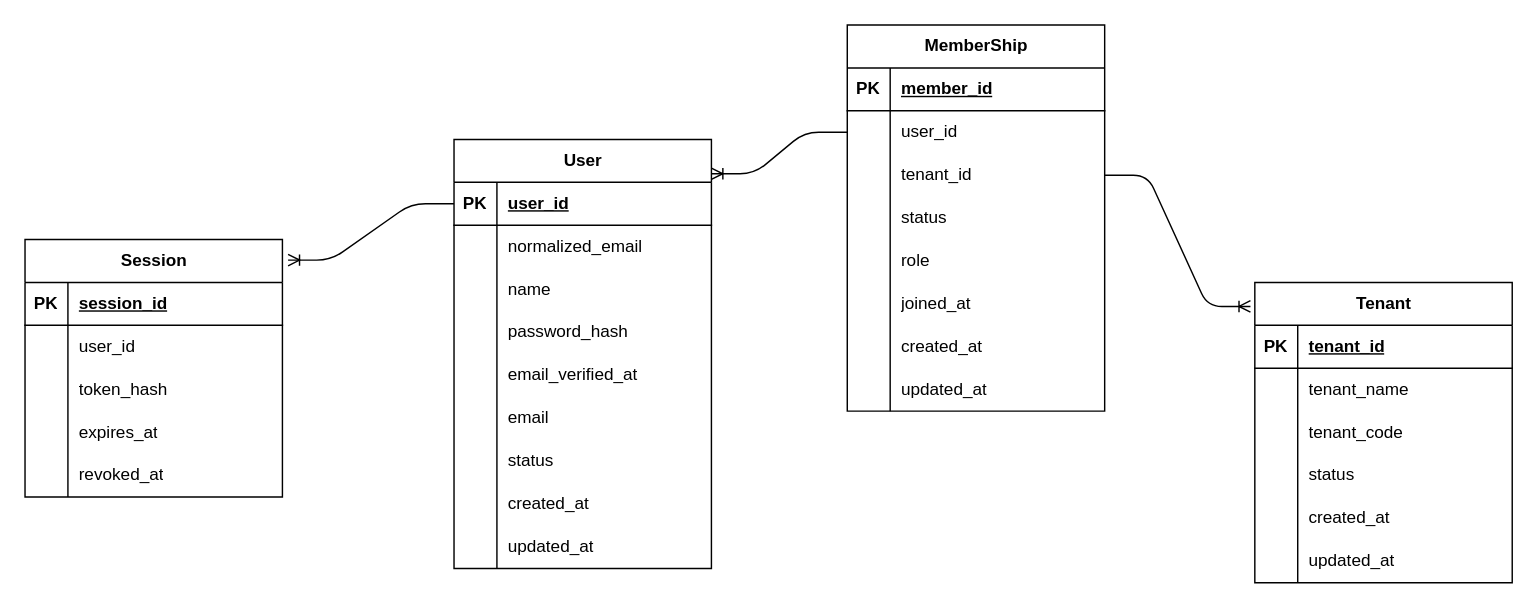
This is docs/Db_Diagram.drawio from longdnh/hunger, a draw.io file, before an edit. Source tidied: cells renumbered, new cells numbered last; positions are measured from the earlier drawing's top-left corner, leaving out a move shared by most shapes. Both pictures are drawn from the tidied source at 143%, with x=0, y=0 at pixel (24, 24).
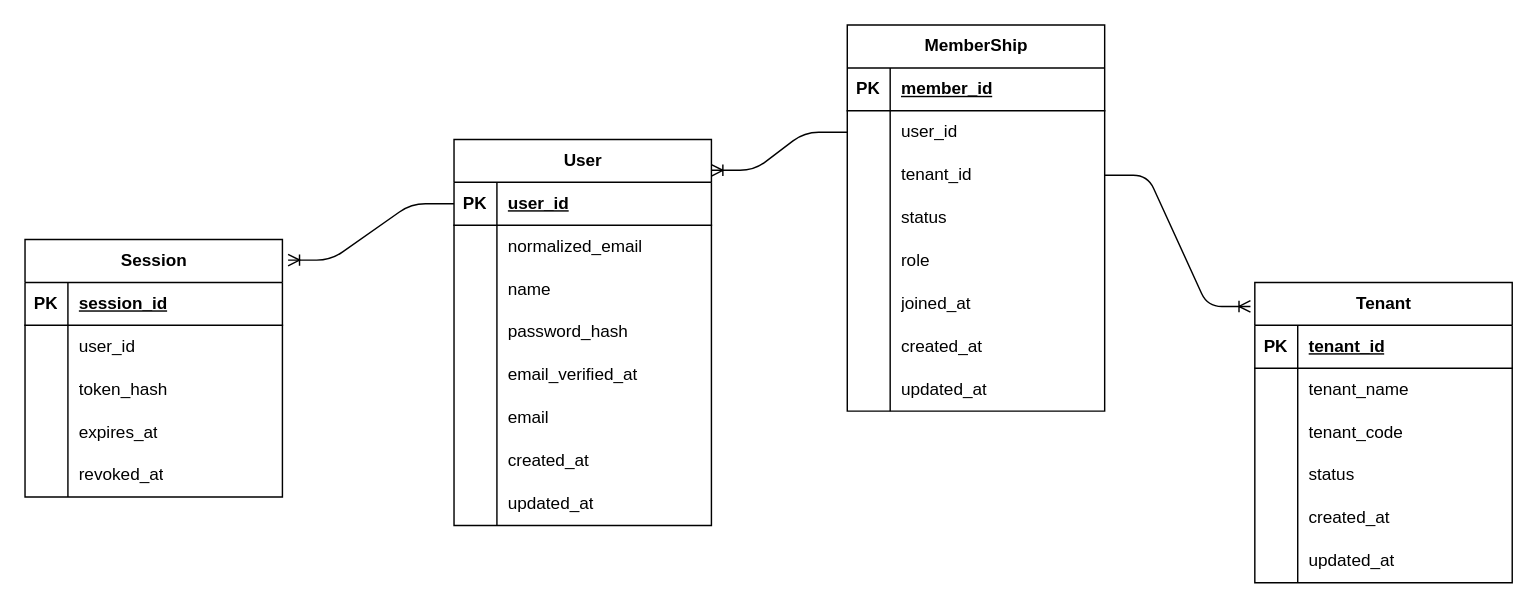
The same diagram, later.

The edit, as a diff of the source:
```diff
@@
     <mxCell id="46" value="User" style="shape=table;startSize=30;childLayout=tableLayout;rowLines=0;fontStyle=1;align=center;html=1;" parent="1" vertex="1">
-      <mxGeometry x="300" y="80" width="180" height="300" as="geometry" />
+      <mxGeometry x="300" y="80" width="180" height="270" as="geometry" />
     </mxCell>
@@
-    <mxCell id="65" style="shape=tableRow;horizontal=0;startSize=0;swimlaneHead=0;swimlaneBody=0;fillColor=none;top=0;left=0;right=0;bottom=0;" parent="46" vertex="1">
-      <mxGeometry y="210" width="180" height="30" as="geometry" />
-    </mxCell>
-    <mxCell id="66" style="shape=partialRectangle;fillColor=none;top=0;left=0;bottom=0;right=0;overflow=hidden;whiteSpace=wrap;html=1;" parent="65" vertex="1">
-      <mxGeometry width="30" height="30" as="geometry" />
-    </mxCell>
-    <mxCell id="67" value="status" style="shape=partialRectangle;fillColor=none;top=0;left=0;bottom=0;right=0;align=left;spacingLeft=6;overflow=hidden;whiteSpace=wrap;html=1;" parent="65" vertex="1">
-      <mxGeometry x="30" width="150" height="30" as="geometry" />
-    </mxCell>
     <mxCell id="68" style="shape=tableRow;horizontal=0;startSize=0;swimlaneHead=0;swimlaneBody=0;fillColor=none;top=0;left=0;right=0;bottom=0;" parent="46" vertex="1">
-      <mxGeometry y="240" width="180" height="30" as="geometry" />
+      <mxGeometry y="210" width="180" height="30" as="geometry" />
     </mxCell>
@@
     <mxCell id="71" style="shape=tableRow;horizontal=0;startSize=0;swimlaneHead=0;swimlaneBody=0;fillColor=none;top=0;left=0;right=0;bottom=0;" parent="46" vertex="1">
-      <mxGeometry y="270" width="180" height="30" as="geometry" />
+      <mxGeometry y="240" width="180" height="30" as="geometry" />
     </mxCell>
```
